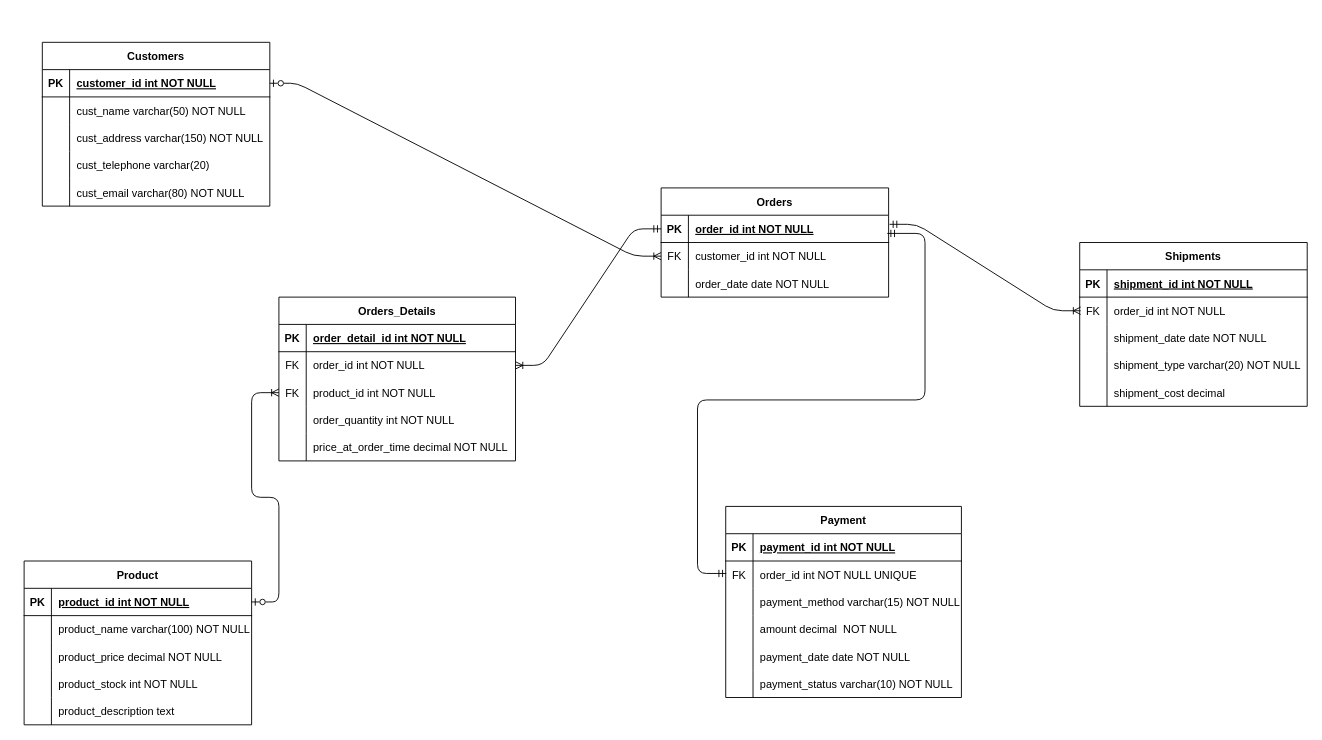
The draw.io diagram E-commerce_DB_managemet.drawio in AgilRazzan/test, before the edit. Source tidied: cells renumbered, new cells numbered last; positions are measured from the earlier drawing's top-left corner, leaving out a move shared by most shapes. Both pictures are drawn from the tidied source at 91%, with x=0, y=0 at pixel (24, 42).
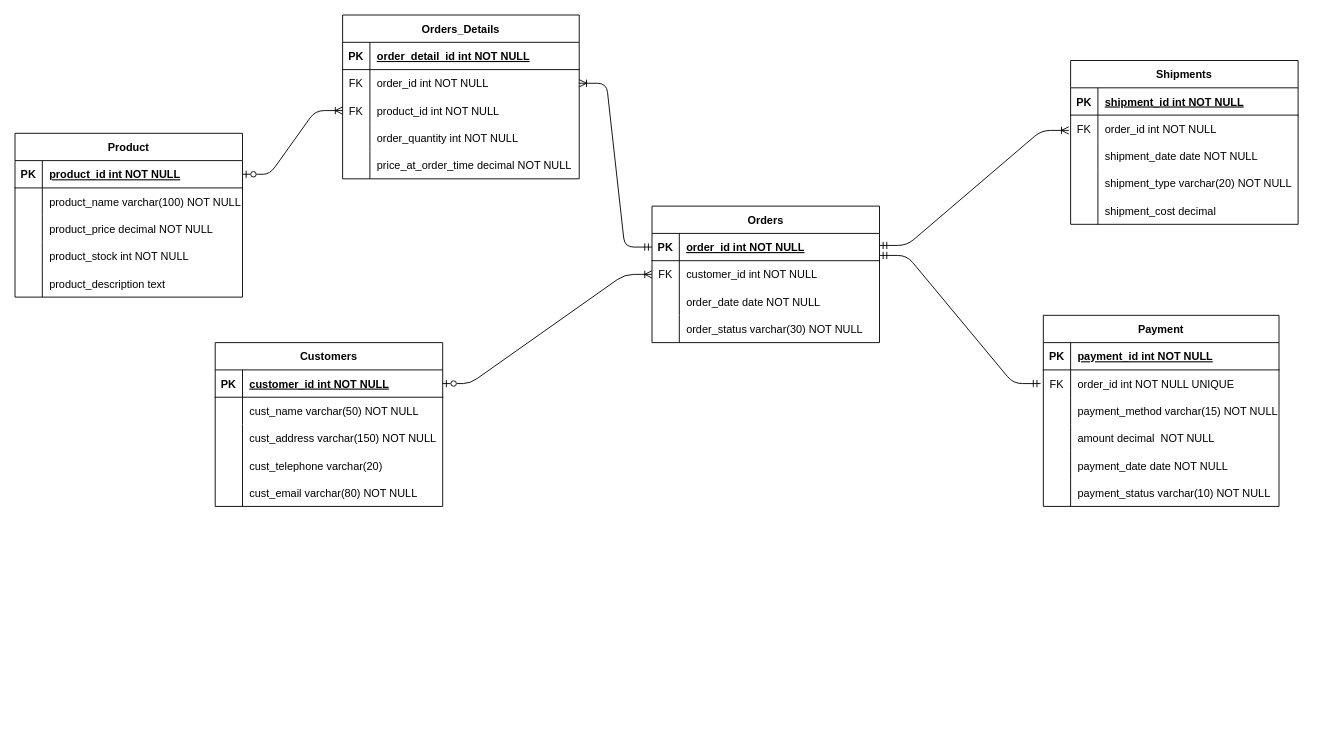
The same page after the edit.

Unchanged cells that the change refers to:
```xml
<mxCell id="40" style="shape=partialRectangle;fillColor=none;points=[[0,0.5],[1,0.5]];portConstraint=eastwest;top=0;left=0;right=0;bottom=0;" parent="36" vertex="1">
  <mxGeometry y="60" width="259" height="30" as="geometry" />
</mxCell>
```

Change to the diagram source:
```diff
@@
-    <mxCell id="3" style="endArrow=ERoneToMany;startArrow=ERmandOne;endFill=0;startFill=0;rounded=1;elbow=vertical;edgeStyle=entityRelationEdgeStyle;targetPerimeterSpacing=0;endSize=6;jumpStyle=none;entryX=0;entryY=0.5;entryDx=0;entryDy=0;" parent="1" edge="1">
+    <mxCell id="3" style="endArrow=ERoneToMany;startArrow=ERmandOne;endFill=0;startFill=0;rounded=1;elbow=vertical;edgeStyle=entityRelationEdgeStyle;targetPerimeterSpacing=0;endSize=6;jumpStyle=none;entryX=-0.002;entryY=0.473;entryDx=0;entryDy=0;entryPerimeter=0;exitX=1.006;exitY=0.354;exitDx=0;exitDy=0;exitPerimeter=0;" parent="1" edge="1">
       <mxGeometry relative="1" as="geometry">
-        <mxPoint x="951" y="200" as="sourcePoint" />
-        <mxPoint x="1161" y="295" as="targetPoint" />
+        <mxPoint x="940" y="223.2" as="sourcePoint" />
+        <mxPoint x="1148" y="96.8" as="targetPoint" />
         <Array as="points">
-          <mxPoint x="981" y="200" />
-          <mxPoint x="1071" y="250" />
-          <mxPoint x="1081" y="250" />
-          <mxPoint x="981" y="200" />
+          <mxPoint x="968.5" y="230.1" />
+          <mxPoint x="1058.5" y="280.1" />
+          <mxPoint x="1068.5" y="280.1" />
+          <mxPoint x="968.5" y="230.1" />
         </Array>
       </mxGeometry>
     </mxCell>
     <mxCell id="4" value="Shipments" style="shape=table;startSize=30;childLayout=tableLayout;rowLines=0;fontStyle=1;align=center;" parent="1" vertex="1">
-      <mxGeometry x="1160" y="220" width="250" height="180" as="geometry" />
+      <mxGeometry x="1150" y="20" width="250" height="180" as="geometry" />
     </mxCell>
@@
     <mxCell id="20" value="Customers" style="shape=table;startSize=30;childLayout=tableLayout;rowLines=0;fontStyle=1;align=center;" parent="1" vertex="1">
-      <mxGeometry x="20" width="250" height="180" as="geometry" />
+      <mxGeometry x="210" y="330" width="250" height="180" as="geometry" />
     </mxCell>
@@
     <mxCell id="36" value="Payment" style="shape=table;startSize=30;childLayout=tableLayout;rowLines=0;fontStyle=1;align=center;" parent="1" vertex="1">
-      <mxGeometry x="771" y="510" width="259" height="210" as="geometry" />
+      <mxGeometry x="1120" y="300" width="259" height="210" as="geometry" />
     </mxCell>
@@
     <mxCell id="55" value="Product" style="shape=table;startSize=30;childLayout=tableLayout;rowLines=0;fontStyle=1;align=center;" parent="1" vertex="1">
-      <mxGeometry y="570" width="250" height="180" as="geometry" />
+      <mxGeometry x="-10" y="100" width="250" height="180" as="geometry" />
     </mxCell>
@@
-    <mxCell id="71" style="edgeStyle=orthogonalEdgeStyle;fontSize=12;html=1;endArrow=ERmandOne;startArrow=ERmandOne;rounded=1;entryX=0.994;entryY=0.739;entryDx=0;entryDy=0;exitX=0.002;exitY=0.456;exitDx=0;exitDy=0;entryPerimeter=0;jumpStyle=none;exitPerimeter=0;" parent="1" edge="1" source="40">
-      <mxGeometry relative="1" as="geometry">
-        <mxPoint x="948.5" y="210" as="targetPoint" />
-        <Array as="points">
-          <mxPoint x="740" y="584" />
-          <mxPoint x="740" y="393" />
-          <mxPoint x="990" y="393" />
-          <mxPoint x="990" y="210" />
-        </Array>
-      </mxGeometry>
-    </mxCell>
@@
     <mxCell id="73" value="Orders_Details" style="shape=table;startSize=30;childLayout=tableLayout;rowLines=0;fontStyle=1;align=center;" parent="1" vertex="1">
-      <mxGeometry x="280" y="280" width="260" height="180" as="geometry" />
+      <mxGeometry x="350" y="-30" width="260" height="180" as="geometry" />
     </mxCell>
@@
     <mxCell id="90" value="Orders" style="shape=table;startSize=30;childLayout=tableLayout;rowLines=0;fontStyle=1;align=center;" parent="1" vertex="1">
-      <mxGeometry x="700" y="160" width="250" height="120" as="geometry" />
+      <mxGeometry x="690" y="180" width="250" height="150" as="geometry" />
     </mxCell>
@@
+    <mxCell id="100" style="shape=partialRectangle;fillColor=none;top=0;left=0;right=0;bottom=0;" parent="90" vertex="1">
+      <mxGeometry y="120" width="250" height="30" as="geometry" />
+    </mxCell>
+    <mxCell id="101" style="shape=partialRectangle;overflow=hidden;fillColor=none;top=0;left=0;bottom=0;right=0;" parent="100" vertex="1">
+      <mxGeometry width="30" height="30" as="geometry" />
+    </mxCell>
+    <mxCell id="102" value="order_status varchar(30) NOT NULL" style="shape=partialRectangle;overflow=hidden;fillColor=none;top=0;left=0;bottom=0;right=0;align=left;spacingLeft=6;" parent="100" vertex="1">
+      <mxGeometry x="30" width="220" height="30" as="geometry" />
+    </mxCell>
+    <mxCell id="103" style="edgeStyle=entityRelationEdgeStyle;fontSize=12;html=1;endArrow=ERmandOne;startArrow=ERmandOne;rounded=1;exitX=1.012;exitY=0.806;exitDx=0;exitDy=0;exitPerimeter=0;curved=0;" parent="1" edge="1">
+      <mxGeometry relative="1" as="geometry">
+        <mxPoint x="940" y="234.2" as="sourcePoint" />
+        <mxPoint x="1117" y="375" as="targetPoint" />
+      </mxGeometry>
+    </mxCell>
```
